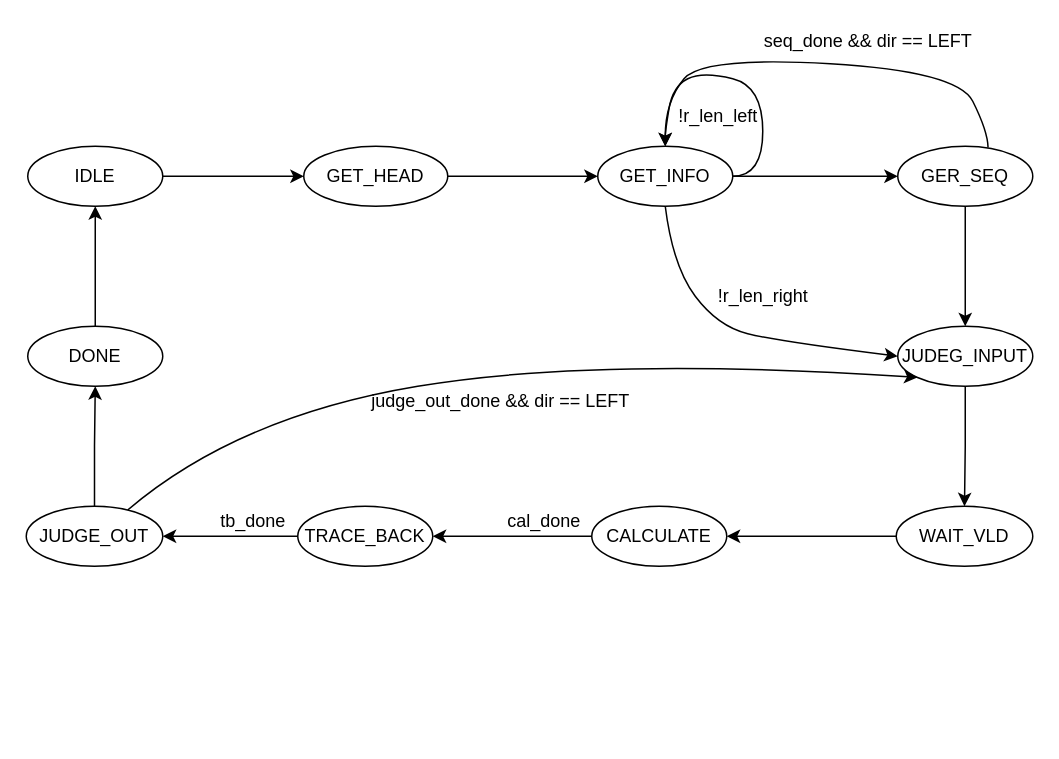
Before: page "save_send" (10 of 11) of FPGA_output.drawio in muguang123/drwaio, a draw.io diagram. Source tidied: cells renumbered, new cells numbered last; positions are measured from the earlier drawing's top-left corner, leaving out a move shared by most shapes. Both pictures are drawn from the tidied source at 150%, with x=0, y=0 at pixel (26, 26).
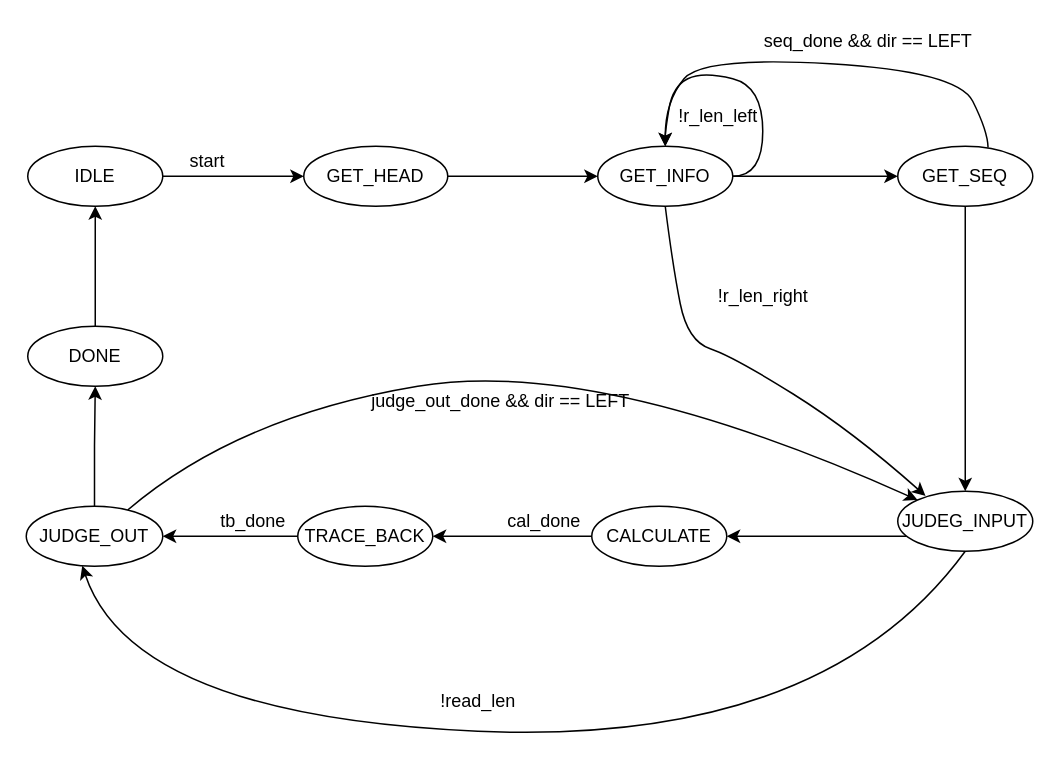
The same page after the edit.

Unchanged cells that the change refers to:
```xml
<mxCell id="7" value="GET_INFO" style="ellipse;whiteSpace=wrap;html=1;" parent="1" vertex="1">
  <mxGeometry x="381" y="80" width="90" height="40" as="geometry" />
</mxCell>
<mxCell id="17" value="CALCULATE" style="ellipse;whiteSpace=wrap;html=1;" parent="1" vertex="1">
  <mxGeometry x="377" y="320" width="90" height="40" as="geometry" />
</mxCell>
<mxCell id="21" value="JUDGE_OUT" style="ellipse;whiteSpace=wrap;html=1;" parent="1" vertex="1">
  <mxGeometry y="320" width="91" height="40" as="geometry" />
</mxCell>
```

The edit, as a diff of the source:
```diff
@@
-    <mxCell id="9" value="GER_SEQ" style="ellipse;whiteSpace=wrap;html=1;" parent="1" vertex="1">
+    <mxCell id="9" value="GET_SEQ" style="ellipse;whiteSpace=wrap;html=1;" parent="1" vertex="1">
       <mxGeometry x="581" y="80" width="90" height="40" as="geometry" />
     </mxCell>
-    <mxCell id="10" style="edgeStyle=orthogonalEdgeStyle;rounded=0;jettySize=auto;html=1;" parent="1" edge="1" source="11" target="13">
-      <mxGeometry relative="1" as="geometry" />
+    <mxCell id="10" style="edgeStyle=orthogonalEdgeStyle;rounded=0;jettySize=auto;html=1;entryX=1;entryY=0.5;entryDx=0;entryDy=0;" parent="1" edge="1" source="11" target="17">
+      <mxGeometry relative="1" as="geometry">
+        <Array as="points">
+          <mxPoint x="626" y="340" />
+        </Array>
+      </mxGeometry>
     </mxCell>
     <mxCell id="11" value="JUDEG_INPUT" style="ellipse;whiteSpace=wrap;html=1;" parent="1" vertex="1">
-      <mxGeometry x="581" y="200" width="90" height="40" as="geometry" />
+      <mxGeometry x="581" y="310" width="90" height="40" as="geometry" />
     </mxCell>
-    <mxCell id="12" style="edgeStyle=orthogonalEdgeStyle;rounded=0;jettySize=auto;html=1;" parent="1" edge="1" source="13" target="17">
-      <mxGeometry relative="1" as="geometry" />
-    </mxCell>
-    <mxCell id="13" value="WAIT_VLD" style="ellipse;whiteSpace=wrap;html=1;" parent="1" vertex="1">
-      <mxGeometry x="580" y="320" width="91" height="40" as="geometry" />
-    </mxCell>
@@
-    <mxCell id="25" style="curved=1;endArrow=classic;html=1;entryX=0;entryY=0.5;entryDx=0;entryDy=0;exitX=0.5;exitY=1;exitDx=0;exitDy=0;" parent="1" edge="1" source="7" target="11">
+    <mxCell id="25" style="curved=1;endArrow=classic;html=1;entryX=0.206;entryY=0.079;entryDx=0;entryDy=0;exitX=0.5;exitY=1;exitDx=0;exitDy=0;entryPerimeter=0;" parent="1" edge="1" source="7" target="11">
       <mxGeometry relative="1" as="geometry">
         <Array as="points">
           <mxPoint x="431" y="160" />
-          <mxPoint x="461" y="200" />
-          <mxPoint x="501" y="210" />
+          <mxPoint x="441" y="210" />
+          <mxPoint x="471" y="220" />
+          <mxPoint x="551" y="270" />
         </Array>
       </mxGeometry>
     </mxCell>
@@
-    <mxCell id="31" style="curved=1;endArrow=classic;html=1;entryX=0;entryY=1;entryDx=0;entryDy=0;exitX=0.743;exitY=0.063;exitDx=0;exitDy=0;exitPerimeter=0;" parent="1" edge="1" source="21" target="11">
+    <mxCell id="31" style="curved=1;endArrow=classic;html=1;entryX=0;entryY=0;entryDx=0;entryDy=0;exitX=0.743;exitY=0.063;exitDx=0;exitDy=0;exitPerimeter=0;" parent="1" edge="1" source="21" target="11">
       <mxGeometry relative="1" as="geometry">
         <Array as="points">
           <mxPoint x="141" y="260" />
           <mxPoint x="381" y="220" />
         </Array>
       </mxGeometry>
     </mxCell>
+    <mxCell id="32" value="start" style="text;html=1;strokeColor=none;fillColor=none;align=center;verticalAlign=middle;whiteSpace=wrap;rounded=0;" parent="1" vertex="1">
+      <mxGeometry x="101" y="80" width="40" height="20" as="geometry" />
+    </mxCell>
+    <mxCell id="33" style="curved=1;endArrow=classic;html=1;exitX=0.5;exitY=1;exitDx=0;exitDy=0;entryX=0.41;entryY=0.99;entryDx=0;entryDy=0;entryPerimeter=0;" parent="1" edge="1" source="11" target="21">
+      <mxGeometry relative="1" as="geometry">
+        <Array as="points">
+          <mxPoint x="531" y="480" />
+          <mxPoint x="71" y="460" />
+        </Array>
+      </mxGeometry>
+    </mxCell>
+    <mxCell id="34" value="!read_len" style="text;html=1;align=center;verticalAlign=middle;" parent="1" vertex="1">
+      <mxGeometry x="266" y="440" width="70" height="20" as="geometry" />
+    </mxCell>
```
